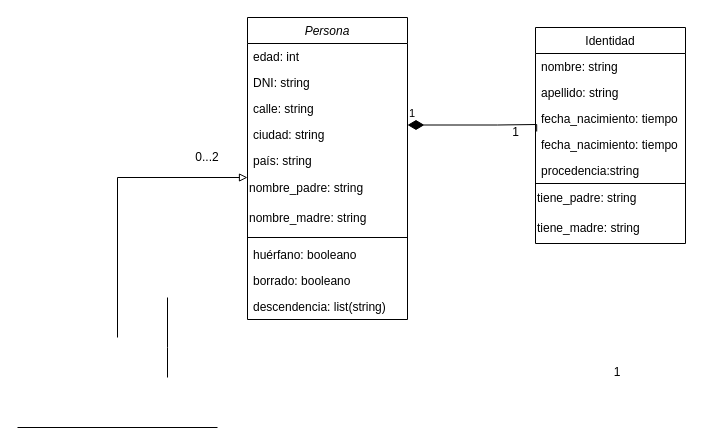
Before: Ejercicio.drawio in AnaLopezP/Ejercicios_iteracion, a draw.io diagram. Source tidied: cells renumbered, new cells numbered last; positions are measured from the earlier drawing's top-left corner, leaving out a move shared by most shapes. Both pictures are drawn from the tidied source at 100%, with x=0, y=0 at pixel (17, 17).
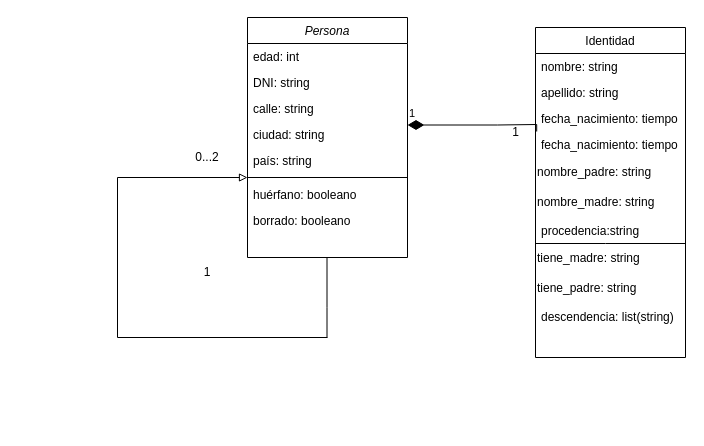
The same page after the edit.

What changed in the source:
```diff
@@
     <mxCell id="2" value="Persona" style="swimlane;fontStyle=2;align=center;verticalAlign=top;horizontal=1;startSize=26;rounded=0;shadow=0;strokeWidth=1;" parent="1" vertex="1">
-      <mxGeometry x="230" width="160" height="302" as="geometry" />
+      <mxGeometry x="230" width="160" height="240" as="geometry" />
     </mxCell>
@@
-    <mxCell id="8" value="nombre_padre: string" style="text;html=1;strokeColor=none;fillColor=none;align=left;verticalAlign=middle;whiteSpace=wrap;rounded=0;" parent="2" vertex="1">
-      <mxGeometry y="156" width="160" height="30" as="geometry" />
-    </mxCell>
-    <mxCell id="9" value="nombre_madre: string" style="text;html=1;strokeColor=none;fillColor=none;align=left;verticalAlign=middle;whiteSpace=wrap;rounded=0;" parent="2" vertex="1">
-      <mxGeometry y="186" width="160" height="30" as="geometry" />
-    </mxCell>
     <mxCell id="10" style="line;html=1;strokeWidth=1;align=left;verticalAlign=middle;spacingTop=-1;spacingLeft=3;spacingRight=3;labelPosition=right;" parent="2" vertex="1">
-      <mxGeometry y="216" width="160" height="8" as="geometry" />
+      <mxGeometry y="156" width="160" height="8" as="geometry" />
     </mxCell>
     <mxCell id="11" value="huérfano: booleano" style="text;align=left;verticalAlign=top;spacingLeft=4;spacingRight=4;overflow=hidden;" parent="2" vertex="1">
-      <mxGeometry y="224" width="160" height="26" as="geometry" />
+      <mxGeometry y="164" width="160" height="26" as="geometry" />
     </mxCell>
     <mxCell id="12" value="borrado: booleano" style="text;align=left;verticalAlign=top;spacingLeft=4;spacingRight=4;overflow=hidden;" parent="2" vertex="1">
-      <mxGeometry y="250" width="160" height="26" as="geometry" />
+      <mxGeometry y="190" width="160" height="26" as="geometry" />
     </mxCell>
-    <mxCell id="13" value="descendencia: list(string)" style="text;align=left;verticalAlign=top;spacingLeft=4;spacingRight=4;overflow=hidden;" parent="2" vertex="1">
-      <mxGeometry y="276" width="160" height="26" as="geometry" />
-    </mxCell>
@@
     <mxCell id="15" value="Identidad" style="swimlane;fontStyle=0;align=center;verticalAlign=top;horizontal=1;startSize=26;rounded=0;shadow=0;strokeWidth=1;" parent="1" vertex="1">
-      <mxGeometry x="518" y="10" width="150" height="216" as="geometry" />
+      <mxGeometry x="518" y="10" width="150" height="330" as="geometry" />
     </mxCell>
@@
+    <mxCell id="8" value="nombre_padre: string" style="text;html=1;strokeColor=none;fillColor=none;align=left;verticalAlign=middle;whiteSpace=wrap;rounded=0;" parent="15" vertex="1">
+      <mxGeometry y="130" width="150" height="30" as="geometry" />
+    </mxCell>
+    <mxCell id="9" value="nombre_madre: string" style="text;html=1;strokeColor=none;fillColor=none;align=left;verticalAlign=middle;whiteSpace=wrap;rounded=0;" parent="15" vertex="1">
+      <mxGeometry y="160" width="150" height="30" as="geometry" />
+    </mxCell>
     <mxCell id="20" value="procedencia:string" style="text;align=left;verticalAlign=top;spacingLeft=4;spacingRight=4;overflow=hidden;rounded=0;shadow=0;html=0;" parent="15" vertex="1">
-      <mxGeometry y="130" width="150" height="26" as="geometry" />
+      <mxGeometry y="190" width="150" height="26" as="geometry" />
     </mxCell>
-    <mxCell id="21" style="endArrow=none;html=1;rounded=0;entryX=1;entryY=0;entryDx=0;entryDy=0;exitX=0;exitY=0;exitDx=0;exitDy=0;" parent="15" edge="1" source="22" target="22">
-      <mxGeometry relative="1" as="geometry" />
-    </mxCell>
+    <mxCell id="30" style="endArrow=none;html=1;rounded=0;" parent="15" edge="1">
+      <mxGeometry relative="1" as="geometry">
+        <mxPoint y="216" as="sourcePoint" />
+        <mxPoint x="150" y="216" as="targetPoint" />
+        <Array as="points">
+          <mxPoint x="70" y="216" />
+        </Array>
+      </mxGeometry>
+    </mxCell>
+    <mxCell id="23" value="tiene_madre: string" style="text;html=1;strokeColor=none;fillColor=none;align=left;verticalAlign=middle;whiteSpace=wrap;rounded=0;" parent="15" vertex="1">
+      <mxGeometry y="216" width="150" height="30" as="geometry" />
+    </mxCell>
     <mxCell id="22" value="tiene_padre: string" style="text;html=1;strokeColor=none;fillColor=none;align=left;verticalAlign=middle;whiteSpace=wrap;rounded=0;" parent="15" vertex="1">
-      <mxGeometry y="156" width="150" height="30" as="geometry" />
+      <mxGeometry y="246" width="150" height="30" as="geometry" />
     </mxCell>
-    <mxCell id="23" value="tiene_madre: string" style="text;html=1;strokeColor=none;fillColor=none;align=left;verticalAlign=middle;whiteSpace=wrap;rounded=0;" parent="15" vertex="1">
-      <mxGeometry y="186" width="150" height="30" as="geometry" />
-    </mxCell>
+    <mxCell id="13" value="descendencia: list(string)" style="text;align=left;verticalAlign=top;spacingLeft=4;spacingRight=4;overflow=hidden;" parent="15" vertex="1">
+      <mxGeometry y="276" width="150" height="26" as="geometry" />
+    </mxCell>
@@
     <mxCell id="26" style="endArrow=none;html=1;rounded=0;" parent="1" edge="1">
       <mxGeometry relative="1" as="geometry">
-        <mxPoint y="410" as="sourcePoint" />
-        <mxPoint x="200" y="410" as="targetPoint" />
+        <mxPoint x="100" y="320" as="sourcePoint" />
+        <mxPoint x="310" y="320" as="targetPoint" />
       </mxGeometry>
     </mxCell>
@@
     <mxCell id="28" style="endArrow=none;html=1;rounded=0;startArrow=none;" parent="1" edge="1">
       <mxGeometry relative="1" as="geometry">
-        <mxPoint x="150" y="280" as="sourcePoint" />
-        <mxPoint x="150" y="360" as="targetPoint" />
+        <mxPoint x="309.5" y="240" as="sourcePoint" />
+        <mxPoint x="309.5" y="320" as="targetPoint" />
         <Array as="points">
-          <mxPoint x="150" y="330" />
+          <mxPoint x="309.5" y="290" />
         </Array>
       </mxGeometry>
     </mxCell>
     <mxCell id="29" value="1" style="text;html=1;strokeColor=none;fillColor=none;align=center;verticalAlign=middle;whiteSpace=wrap;rounded=0;" parent="1" vertex="1">
-      <mxGeometry x="570" y="340" width="60" height="30" as="geometry" />
+      <mxGeometry x="160" y="240" width="60" height="30" as="geometry" />
     </mxCell>
```
